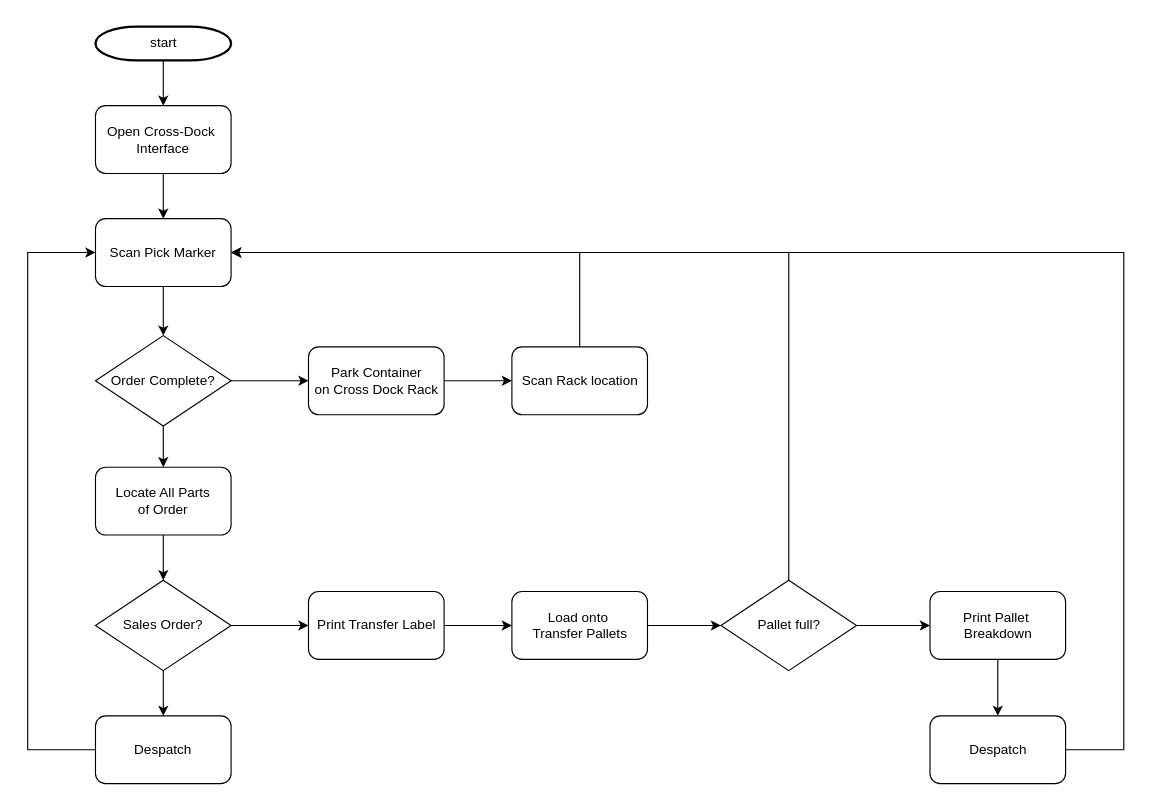
Above: CrossDockProcess.drawio in ZTomChen/NavigatorFlowcharts (draw.io), before the change. Source tidied: cells renumbered, new cells numbered last; positions are measured from the earlier drawing's top-left corner, leaving out a move shared by most shapes. Both pictures are drawn from the tidied source at 113%, with x=0, y=0 at pixel (27, 26).
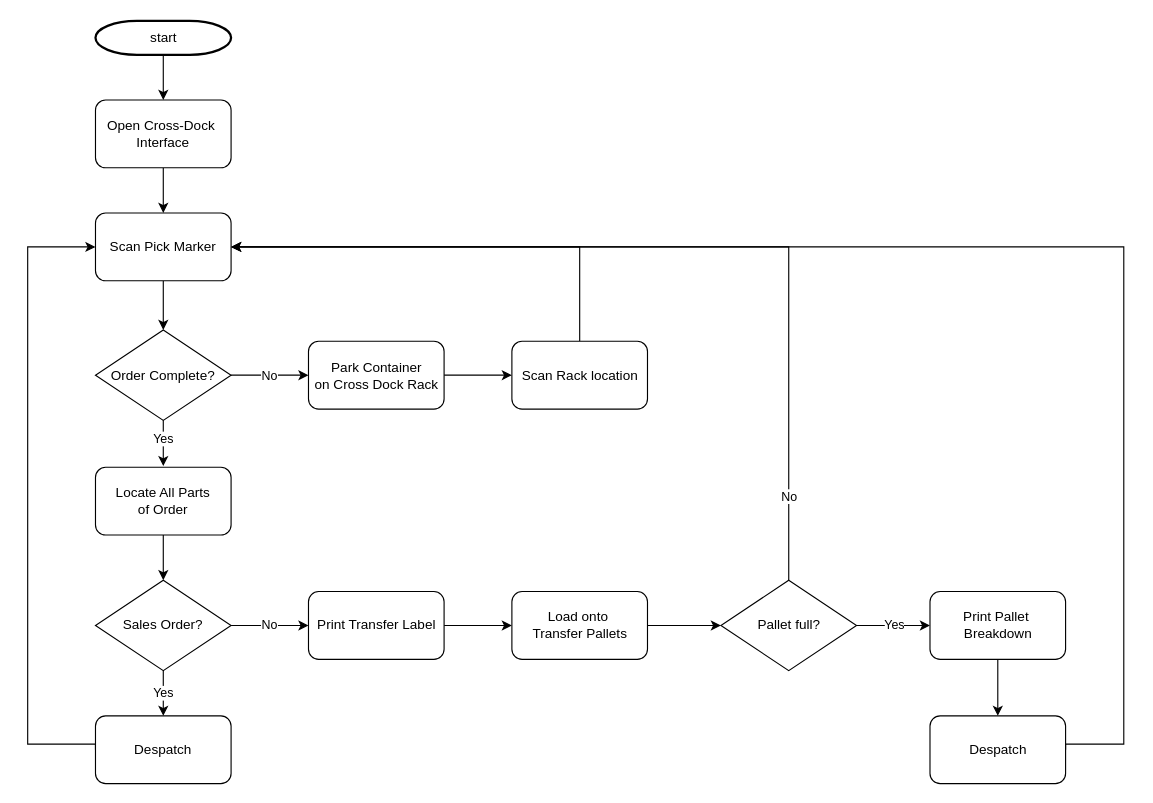
Above is the later version.

The change refers to these unchanged cells:
```xml
<mxCell id="12" value="&lt;span style=&quot;text-wrap-mode: nowrap;&quot;&gt;Despatch&lt;/span&gt;" style="rounded=1;whiteSpace=wrap;html=1;" parent="1" vertex="1">
  <mxGeometry x="60" y="610" width="120" height="60" as="geometry" />
</mxCell>
<mxCell id="15" value="Sales Order?" style="rhombus;whiteSpace=wrap;html=1;" parent="1" vertex="1">
  <mxGeometry x="60" y="490" width="120" height="80" as="geometry" />
</mxCell>
<mxCell id="17" value="&lt;span style=&quot;text-wrap-mode: nowrap;&quot;&gt;Locate All Parts&lt;/span&gt;&lt;div&gt;&lt;span style=&quot;text-wrap-mode: nowrap;&quot;&gt;of Order&lt;/span&gt;&lt;/div&gt;" style="rounded=1;whiteSpace=wrap;html=1;" parent="1" vertex="1">
  <mxGeometry x="60" y="390" width="120" height="60" as="geometry" />
</mxCell>
<mxCell id="23" value="&lt;span style=&quot;text-wrap-mode: nowrap;&quot;&gt;Print Transfer Label&lt;/span&gt;" style="rounded=1;whiteSpace=wrap;html=1;" parent="1" vertex="1">
  <mxGeometry x="248.5" y="500" width="120" height="60" as="geometry" />
</mxCell>
<mxCell id="25" value="&lt;span style=&quot;text-wrap-mode: nowrap;&quot;&gt;Despatch&lt;/span&gt;" style="rounded=1;whiteSpace=wrap;html=1;" parent="1" vertex="1">
  <mxGeometry x="798.5" y="610" width="120" height="60" as="geometry" />
</mxCell>
<mxCell id="29" style="edgeStyle=orthogonalEdgeStyle;rounded=0;jettySize=auto;html=1;exitX=0.5;exitY=0;exitDx=0;exitDy=0;entryX=1;entryY=0.5;entryDx=0;entryDy=0;" parent="1" edge="1" source="30" target="7">
  <mxGeometry relative="1" as="geometry" />
</mxCell>
<mxCell id="30" value="Pallet full?" style="rhombus;whiteSpace=wrap;html=1;" parent="1" vertex="1">
  <mxGeometry x="613.5" y="490" width="120" height="80" as="geometry" />
</mxCell>
<mxCell id="32" value="&lt;span style=&quot;text-wrap-mode: nowrap;&quot;&gt;Print Pallet&amp;nbsp;&lt;/span&gt;&lt;div&gt;&lt;span style=&quot;text-wrap-mode: nowrap;&quot;&gt;Breakdown&lt;/span&gt;&lt;/div&gt;" style="rounded=1;whiteSpace=wrap;html=1;" parent="1" vertex="1">
  <mxGeometry x="798.5" y="500" width="120" height="60" as="geometry" />
</mxCell>
```

What changed in the source:
```diff
@@
     <mxCell id="3" value="start" style="shape=mxgraph.flowchart.terminator;strokeWidth=2;gradientColor=none;gradientDirection=north;fontStyle=0;html=1;" parent="1" vertex="1">
-      <mxGeometry x="60" width="120" height="30" as="geometry" />
+      <mxGeometry x="60" y="-5" width="120" height="30" as="geometry" />
     </mxCell>
@@
     <mxCell id="5" value="&lt;span style=&quot;text-wrap-mode: nowrap;&quot;&gt;Open Cross-Dock&amp;nbsp;&lt;/span&gt;&lt;div&gt;&lt;span style=&quot;text-wrap-mode: nowrap;&quot;&gt;Interface&lt;/span&gt;&lt;/div&gt;" style="rounded=1;whiteSpace=wrap;html=1;" parent="1" vertex="1">
-      <mxGeometry x="60" y="70" width="120" height="60" as="geometry" />
+      <mxGeometry x="60" y="65" width="120" height="60" as="geometry" />
     </mxCell>
@@
     <mxCell id="7" value="&lt;span style=&quot;text-wrap-mode: nowrap;&quot;&gt;Scan Pick Marker&lt;/span&gt;" style="rounded=1;whiteSpace=wrap;html=1;" parent="1" vertex="1">
-      <mxGeometry x="60" y="170" width="120" height="60" as="geometry" />
+      <mxGeometry x="60" y="165" width="120" height="60" as="geometry" />
     </mxCell>
-    <mxCell id="8" style="edgeStyle=orthogonalEdgeStyle;rounded=0;jettySize=auto;html=1;" parent="1" edge="1" source="10" target="19">
+    <mxCell id="8" value="No" style="edgeStyle=orthogonalEdgeStyle;rounded=0;jettySize=auto;html=1;" parent="1" edge="1" source="10" target="19">
       <mxGeometry relative="1" as="geometry" />
     </mxCell>
-    <mxCell id="9" style="edgeStyle=orthogonalEdgeStyle;rounded=0;jettySize=auto;html=1;" parent="1" edge="1" source="10" target="17">
-      <mxGeometry relative="1" as="geometry" />
+    <mxCell id="9" value="Yes" style="edgeStyle=orthogonalEdgeStyle;rounded=0;jettySize=auto;html=1;exitX=0.5;exitY=1;exitDx=0;exitDy=0;" parent="1" edge="1" source="10">
+      <mxGeometry x="-0.2" relative="1" as="geometry">
+        <mxPoint x="120" y="389" as="targetPoint" />
+      </mxGeometry>
     </mxCell>
     <mxCell id="10" value="Order Complete?" style="rhombus;whiteSpace=wrap;html=1;" parent="1" vertex="1">
-      <mxGeometry x="60" y="273.5" width="120" height="80" as="geometry" />
+      <mxGeometry x="60" y="268.5" width="120" height="80" as="geometry" />
     </mxCell>
     <mxCell id="11" style="edgeStyle=orthogonalEdgeStyle;rounded=0;jettySize=auto;html=1;exitX=0;exitY=0.5;exitDx=0;exitDy=0;entryX=0;entryY=0.5;entryDx=0;entryDy=0;" parent="1" edge="1" source="12" target="7">
       <mxGeometry relative="1" as="geometry">
         <Array as="points">
-          <mxPoint y="640" />
-          <mxPoint y="200" />
+          <mxPoint y="635" />
+          <mxPoint y="195" />
         </Array>
       </mxGeometry>
     </mxCell>
@@
-    <mxCell id="13" style="edgeStyle=orthogonalEdgeStyle;rounded=0;jettySize=auto;html=1;" parent="1" edge="1" source="15" target="12">
+    <mxCell id="13" value="Yes" style="edgeStyle=orthogonalEdgeStyle;rounded=0;jettySize=auto;html=1;" parent="1" edge="1" source="15" target="12">
       <mxGeometry relative="1" as="geometry" />
     </mxCell>
-    <mxCell id="14" style="edgeStyle=orthogonalEdgeStyle;rounded=0;jettySize=auto;html=1;" parent="1" edge="1" source="15" target="23">
+    <mxCell id="14" value="No" style="edgeStyle=orthogonalEdgeStyle;rounded=0;jettySize=auto;html=1;" parent="1" edge="1" source="15" target="23">
       <mxGeometry relative="1" as="geometry" />
     </mxCell>
@@
     <mxCell id="19" value="&lt;span style=&quot;text-wrap-mode: nowrap;&quot;&gt;Park Container&lt;/span&gt;&lt;div&gt;&lt;span style=&quot;text-wrap-mode: nowrap;&quot;&gt;on Cross Dock Rack&lt;/span&gt;&lt;/div&gt;" style="rounded=1;whiteSpace=wrap;html=1;" parent="1" vertex="1">
-      <mxGeometry x="248.5" y="283.5" width="120" height="60" as="geometry" />
+      <mxGeometry x="248.5" y="278.5" width="120" height="60" as="geometry" />
     </mxCell>
@@
     <mxCell id="21" value="&lt;span style=&quot;text-wrap-mode: nowrap;&quot;&gt;Scan Rack location&lt;/span&gt;" style="rounded=1;whiteSpace=wrap;html=1;" parent="1" vertex="1">
-      <mxGeometry x="428.5" y="283.5" width="120" height="60" as="geometry" />
+      <mxGeometry x="428.5" y="278.5" width="120" height="60" as="geometry" />
     </mxCell>
@@
     <mxCell id="24" style="edgeStyle=orthogonalEdgeStyle;rounded=0;jettySize=auto;html=1;exitX=1;exitY=0.5;exitDx=0;exitDy=0;entryX=1;entryY=0.5;entryDx=0;entryDy=0;" parent="1" edge="1" source="25" target="7">
       <mxGeometry relative="1" as="geometry">
         <Array as="points">
-          <mxPoint x="970" y="640" />
-          <mxPoint x="970" y="200" />
+          <mxPoint x="970" y="635" />
+          <mxPoint x="970" y="195" />
         </Array>
       </mxGeometry>
     </mxCell>
@@
-    <mxCell id="28" style="edgeStyle=orthogonalEdgeStyle;rounded=0;jettySize=auto;html=1;" parent="1" edge="1" source="30" target="32">
+    <mxCell id="28" value="Yes" style="edgeStyle=orthogonalEdgeStyle;rounded=0;jettySize=auto;html=1;" parent="1" edge="1" source="30" target="32">
       <mxGeometry relative="1" as="geometry" />
     </mxCell>
@@
+    <mxCell id="33" value="No" style="edgeLabel;html=1;align=center;verticalAlign=middle;" parent="29" vertex="1">
+      <mxGeometry x="-0.81" relative="1" as="geometry" />
+    </mxCell>
```
